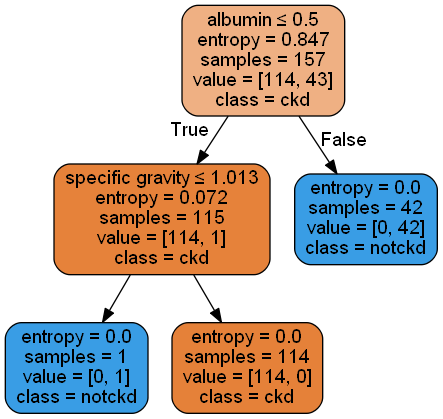
Before: Lab2/Tree_drop_final.png, a diagram exported from Graphviz (cantiusdeepan/ICT4HealthLab). Its source is kept beside it as Lab2/Tree_drop_final.dot.
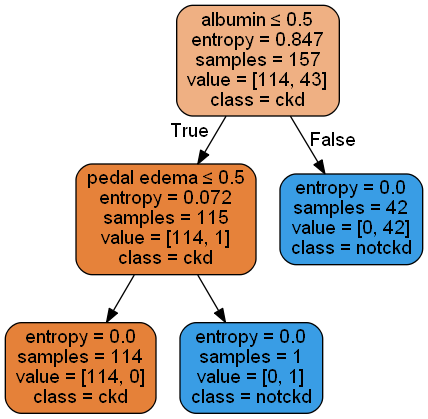
The same diagram one commit later.

What changed in the source:
```diff
@@ -2,11 +2,11 @@
 node [shape=box, style="filled, rounded", color="black", fontname=helvetica] ;
 edge [fontname=helvetica] ;
 0 [label=<albumin &le; 0.5<br/>entropy = 0.847<br/>samples = 157<br/>value = [114, 43]<br/>class = ckd>, fillcolor="#e581399f"] ;
-1 [label=<specific gravity &le; 1.013<br/>entropy = 0.072<br/>samples = 115<br/>value = [114, 1]<br/>class = ckd>, fillcolor="#e58139fd"] ;
+1 [label=<pedal edema &le; 0.5<br/>entropy = 0.072<br/>samples = 115<br/>value = [114, 1]<br/>class = ckd>, fillcolor="#e58139fd"] ;
 0 -> 1 [labeldistance=2.5, labelangle=45, headlabel="True"] ;
-2 [label=<entropy = 0.0<br/>samples = 1<br/>value = [0, 1]<br/>class = notckd>, fillcolor="#399de5ff"] ;
+2 [label=<entropy = 0.0<br/>samples = 114<br/>value = [114, 0]<br/>class = ckd>, fillcolor="#e58139ff"] ;
 1 -> 2 ;
-3 [label=<entropy = 0.0<br/>samples = 114<br/>value = [114, 0]<br/>class = ckd>, fillcolor="#e58139ff"] ;
+3 [label=<entropy = 0.0<br/>samples = 1<br/>value = [0, 1]<br/>class = notckd>, fillcolor="#399de5ff"] ;
 1 -> 3 ;
 4 [label=<entropy = 0.0<br/>samples = 42<br/>value = [0, 42]<br/>class = notckd>, fillcolor="#399de5ff"] ;
 0 -> 4 [labeldistance=2.5, labelangle=-45, headlabel="False"] ;
```
